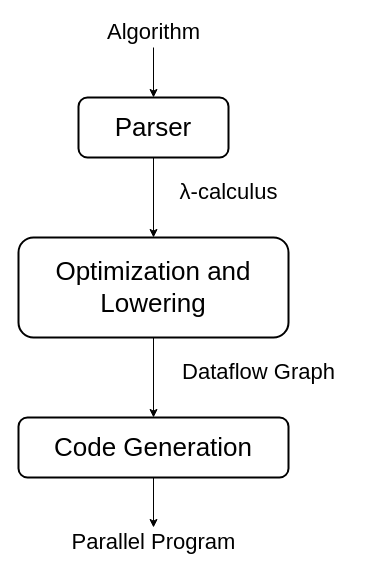
The draw.io diagram defense/img/toolbox/ohua.drawio in Feliix42/master-thesis, before the edit. Source tidied: cells renumbered, new cells numbered last; positions are measured from the earlier drawing's top-left corner, leaving out a move shared by most shapes. Both pictures are drawn from the tidied source at 100%, with x=0, y=0 at pixel (18, 17).
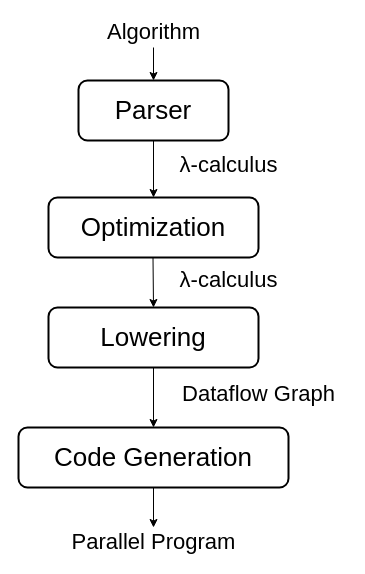
Above is the later version.

The edit, as a diff of the source:
```diff
@@
 <mxGraphModel>
   <root>
     <mxCell id="0" />
     <mxCell id="1" parent="0" />
     <mxCell id="2" style="group;" parent="1" vertex="1">
       <mxGeometry width="330" height="540" as="geometry" />
     </mxCell>
     <mxCell id="3" value="Parser" style="rounded=1;whiteSpace=wrap;html=1;fontFamily=Roboto Slab;fontSize=26;strokeWidth=2;" parent="2" vertex="1">
-      <mxGeometry x="60" y="80" width="150" height="60" as="geometry" />
+      <mxGeometry x="60" y="63" width="150" height="60" as="geometry" />
     </mxCell>
-    <mxCell id="4" value="Optimization and Lowering" style="rounded=1;whiteSpace=wrap;html=1;fontFamily=Roboto Slab;fontSize=26;strokeWidth=2;" parent="2" vertex="1">
-      <mxGeometry y="220" width="270" height="100" as="geometry" />
-    </mxCell>
-    <mxCell id="5" style="jettySize=auto;html=1;fontSize=26;rounded=0;entryX=0.5;entryY=0;entryDx=0;entryDy=0;exitX=0.5;exitY=1;exitDx=0;exitDy=0;" parent="2" edge="1" source="3" target="4">
-      <mxGeometry relative="1" as="geometry" />
+    <mxCell id="5" style="jettySize=auto;html=1;fontSize=26;rounded=0;exitX=0.5;exitY=1;exitDx=0;exitDy=0;" parent="2" edge="1" source="3">
+      <mxGeometry relative="1" as="geometry">
+        <mxPoint x="135" y="180" as="targetPoint" />
+      </mxGeometry>
     </mxCell>
     <mxCell id="6" value="Code Generation" style="rounded=1;whiteSpace=wrap;html=1;fontFamily=Roboto Slab;fontSize=26;strokeWidth=2;" parent="2" vertex="1">
-      <mxGeometry y="400" width="270" height="60" as="geometry" />
+      <mxGeometry y="410" width="270" height="60" as="geometry" />
     </mxCell>
-    <mxCell id="7" style="edgeStyle=none;rounded=0;jettySize=auto;html=1;fontSize=26;" parent="2" edge="1" source="4" target="6">
-      <mxGeometry relative="1" as="geometry" />
+    <mxCell id="7" style="edgeStyle=none;rounded=0;jettySize=auto;html=1;fontSize=26;" parent="2" edge="1" target="6">
+      <mxGeometry relative="1" as="geometry">
+        <mxPoint x="135" y="350" as="sourcePoint" />
+      </mxGeometry>
     </mxCell>
     <mxCell id="8" value=" λ-calculus" style="text;html=1;align=center;verticalAlign=middle;fontSize=22;fontFamily=Roboto Slab;" parent="2" vertex="1">
-      <mxGeometry x="150" y="160" width="120" height="30" as="geometry" />
+      <mxGeometry x="150" y="133" width="120" height="30" as="geometry" />
     </mxCell>
     <mxCell id="9" value="Dataflow Graph" style="text;html=1;align=center;verticalAlign=middle;fontSize=22;fontFamily=Roboto Slab;" parent="2" vertex="1">
-      <mxGeometry x="150" y="340" width="180" height="30" as="geometry" />
+      <mxGeometry x="150" y="362" width="180" height="30" as="geometry" />
     </mxCell>
     <mxCell id="10" value="Parallel Program" style="text;html=1;align=center;verticalAlign=middle;points=[];fontSize=22;fontFamily=Roboto Slab;" parent="2" vertex="1">
       <mxGeometry x="40" y="510" width="190" height="30" as="geometry" />
     </mxCell>
     <mxCell id="11" style="edgeStyle=none;rounded=0;jettySize=auto;html=1;fontFamily=Roboto Slab;fontSize=22;" parent="2" edge="1" source="6" target="10">
       <mxGeometry relative="1" as="geometry" />
     </mxCell>
     <mxCell id="12" style="edgeStyle=none;rounded=0;jettySize=auto;html=1;fontFamily=Roboto Slab;fontSize=22;" parent="2" edge="1" source="13" target="3">
       <mxGeometry relative="1" as="geometry" />
     </mxCell>
     <mxCell id="13" value="Algorithm" style="text;html=1;align=center;verticalAlign=middle;points=[];fontSize=22;fontFamily=Roboto Slab;" parent="2" vertex="1">
       <mxGeometry x="75" width="120" height="30" as="geometry" />
     </mxCell>
+    <mxCell id="14" style="edgeStyle=none;rounded=0;orthogonalLoop=1;jettySize=auto;html=1;fontSize=26;" parent="2" edge="1">
+      <mxGeometry relative="1" as="geometry">
+        <mxPoint x="134.5" y="240" as="sourcePoint" />
+        <mxPoint x="135" y="290" as="targetPoint" />
+      </mxGeometry>
+    </mxCell>
+    <mxCell id="15" value="Lowering" style="rounded=1;whiteSpace=wrap;html=1;fontFamily=Roboto Slab;fontSize=26;strokeWidth=2;" parent="2" vertex="1">
+      <mxGeometry x="30" y="290" width="210" height="60" as="geometry" />
+    </mxCell>
+    <mxCell id="16" value="Optimization" style="rounded=1;whiteSpace=wrap;html=1;fontFamily=Roboto Slab;fontSize=26;strokeWidth=2;" parent="2" vertex="1">
+      <mxGeometry x="30" y="180" width="210" height="60" as="geometry" />
+    </mxCell>
+    <mxCell id="17" value=" λ-calculus" style="text;html=1;align=center;verticalAlign=middle;fontSize=22;fontFamily=Roboto Slab;" parent="2" vertex="1">
+      <mxGeometry x="150" y="248" width="120" height="30" as="geometry" />
+    </mxCell>
   </root>
 </mxGraphModel>
```
